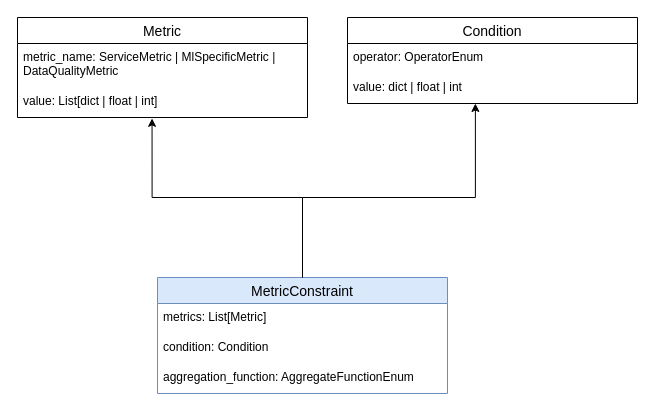
Above: qoa4ml_lib/qoa4ml/datamodels/datamodels_design.drawio in rdsea/qoa4ml (draw.io), before the change. Source tidied: cells renumbered, new cells numbered last; positions are measured from the earlier drawing's top-left corner, leaving out a move shared by most shapes. Both pictures are drawn from the tidied source at 100%, with x=0, y=0 at pixel (17, 17).
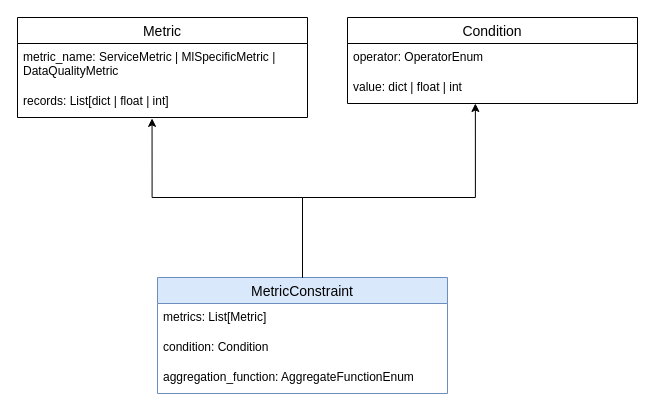
The same diagram, later.

Change to the diagram source:
```diff
@@
 <mxGraphModel>
   <root>
     <mxCell id="0" />
     <mxCell id="1" parent="0" />
     <mxCell id="2" value="Metric" style="swimlane;fontStyle=0;horizontal=1;startSize=26;align=center;fontSize=14;" parent="1" vertex="1">
       <mxGeometry width="290" height="100" as="geometry" />
     </mxCell>
     <mxCell id="3" value="metric_name: ServiceMetric | MlSpecificMetric | DataQualityMetric" style="text;strokeColor=none;fillColor=none;spacingLeft=4;spacingRight=4;overflow=hidden;fontSize=12;whiteSpace=wrap;html=1;" parent="2" vertex="1">
       <mxGeometry y="26" width="290" height="44" as="geometry" />
     </mxCell>
-    <mxCell id="4" value="value: List[dict | float | int]" style="text;strokeColor=none;fillColor=none;spacingLeft=4;spacingRight=4;overflow=hidden;points=[[0,0.5],[1,0.5]];portConstraint=eastwest;fontSize=12;whiteSpace=wrap;html=1;" parent="2" vertex="1">
+    <mxCell id="4" value="records: List[dict | float | int]" style="text;strokeColor=none;fillColor=none;spacingLeft=4;spacingRight=4;overflow=hidden;points=[[0,0.5],[1,0.5]];portConstraint=eastwest;fontSize=12;whiteSpace=wrap;html=1;" parent="2" vertex="1">
       <mxGeometry y="70" width="290" height="30" as="geometry" />
     </mxCell>
     <mxCell id="5" value="Condition" style="swimlane;fontStyle=0;horizontal=1;startSize=26;align=center;fontSize=14;" parent="1" vertex="1">
       <mxGeometry x="330" width="290" height="86" as="geometry" />
     </mxCell>
     <mxCell id="6" value="operator: OperatorEnum" style="text;strokeColor=none;fillColor=none;spacingLeft=4;spacingRight=4;overflow=hidden;fontSize=12;whiteSpace=wrap;html=1;" parent="5" vertex="1">
       <mxGeometry y="26" width="290" height="30" as="geometry" />
     </mxCell>
     <mxCell id="7" value="value: dict | float | int" style="text;strokeColor=none;fillColor=none;spacingLeft=4;spacingRight=4;overflow=hidden;points=[[0,0.5],[1,0.5]];portConstraint=eastwest;fontSize=12;whiteSpace=wrap;html=1;" parent="5" vertex="1">
       <mxGeometry y="56" width="290" height="30" as="geometry" />
     </mxCell>
     <mxCell id="8" value="MetricConstraint" style="swimlane;fontStyle=0;horizontal=1;startSize=26;align=center;fontSize=14;fillColor=#dae8fc;strokeColor=#6c8ebf;" parent="1" vertex="1">
       <mxGeometry x="140" y="260" width="290" height="116" as="geometry" />
     </mxCell>
     <mxCell id="9" value="metrics: List[Metric]" style="text;strokeColor=none;fillColor=none;spacingLeft=4;spacingRight=4;overflow=hidden;fontSize=12;whiteSpace=wrap;html=1;" parent="8" vertex="1">
       <mxGeometry y="26" width="290" height="30" as="geometry" />
     </mxCell>
     <mxCell id="10" value="condition: Condition" style="text;strokeColor=none;fillColor=none;spacingLeft=4;spacingRight=4;overflow=hidden;fontSize=12;whiteSpace=wrap;html=1;" parent="8" vertex="1">
       <mxGeometry y="56" width="290" height="30" as="geometry" />
     </mxCell>
     <mxCell id="11" value="aggregation_function: AggregateFunctionEnum" style="text;strokeColor=none;fillColor=none;spacingLeft=4;spacingRight=4;overflow=hidden;fontSize=12;whiteSpace=wrap;html=1;" parent="8" vertex="1">
       <mxGeometry y="86" width="290" height="30" as="geometry" />
     </mxCell>
     <mxCell id="12" style="edgeStyle=orthogonalEdgeStyle;rounded=0;jettySize=auto;html=1;entryX=0.464;entryY=1.029;entryDx=0;entryDy=0;entryPerimeter=0;" parent="1" edge="1" source="8" target="4">
       <mxGeometry relative="1" as="geometry" />
     </mxCell>
     <mxCell id="13" style="edgeStyle=orthogonalEdgeStyle;rounded=0;jettySize=auto;html=1;entryX=0.441;entryY=1;entryDx=0;entryDy=0;entryPerimeter=0;" parent="1" edge="1" source="8" target="7">
       <mxGeometry relative="1" as="geometry">
         <Array as="points">
           <mxPoint x="285" y="180" />
           <mxPoint x="458" y="180" />
         </Array>
       </mxGeometry>
     </mxCell>
   </root>
 </mxGraphModel>
```
